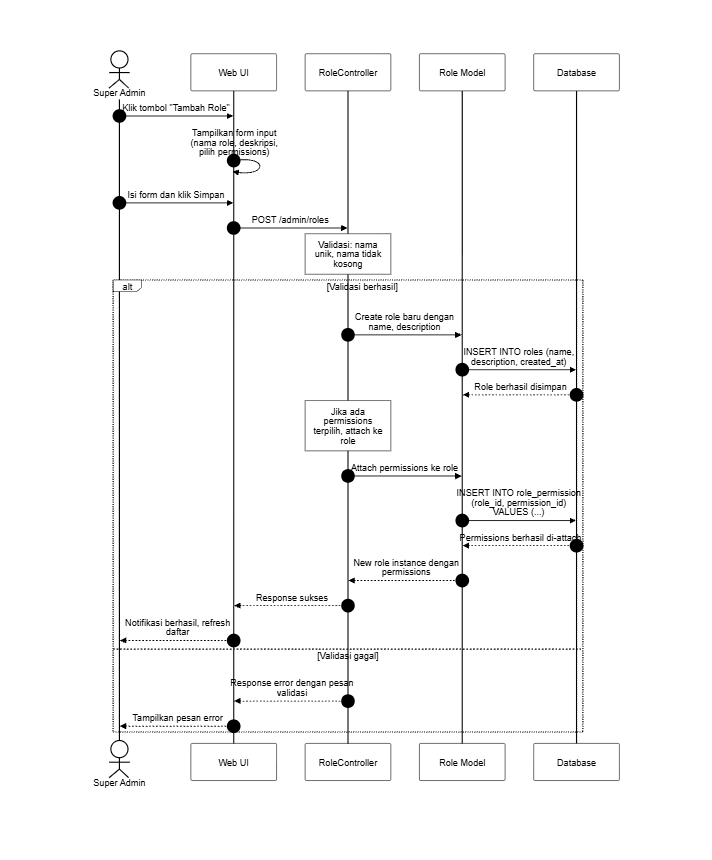
Earlier version of the Mermaid export docs/SequenceDiagram/PNG_Transparent/KelolaRole-Tambah.png (SulaimanHafi23/SimpegRSHDI). Its source is kept beside it as docs/SequenceDiagram/KelolaRole-Tambah.mermaid.
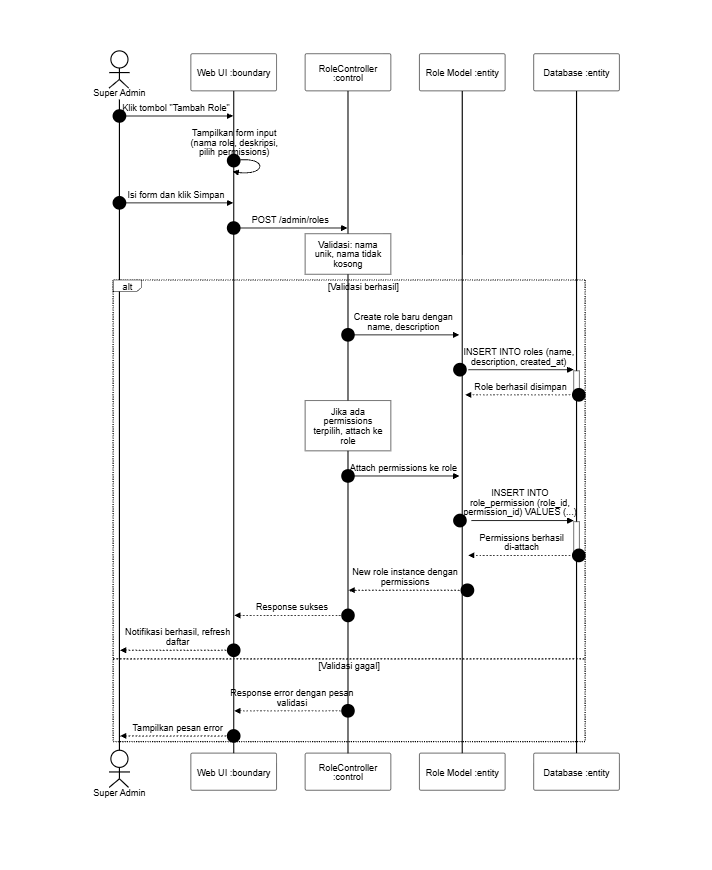
After the commit.

Diff of the diagram source:
```diff
@@ -6,10 +6,10 @@
 sequenceDiagram
     autonumber
     actor SA as Super Admin
-    participant UI as Web UI
-    participant C as RoleController
-    participant R as Role Model
-    participant DB as Database
+    participant UI as Web UI :boundary
+    participant C as RoleController :control
+    participant R as Role Model :entity
+    participant DB as Database :entity
 
     SA->>UI: Klik tombol "Tambah Role"
     UI->>UI: Tampilkan form input (nama role, deskripsi, pilih permissions)
@@ -17,13 +17,13 @@
     UI->>C: POST /admin/roles
     note over C: Validasi: nama unik, nama tidak kosong
     alt Validasi berhasil
-        C->>R: Create role baru dengan name, description
-        R->>DB: INSERT INTO roles (name, description, created_at)
-        DB-->>R: Role berhasil disimpan
+        C->>+R: Create role baru dengan name, description
+        R->>+DB: INSERT INTO roles (name, description, created_at)
+        DB-->>-R: Role berhasil disimpan
         note over C: Jika ada permissions terpilih, attach ke role
-        C->>R: Attach permissions ke role
-        R->>DB: INSERT INTO role_permission (role_id, permission_id) VALUES (...)
-        DB-->>R: Permissions berhasil di-attach
+        C->>+R: Attach permissions ke role
+        R->>+DB: INSERT INTO role_permission (role_id, permission_id) VALUES (...)
+        DB-->>-R: Permissions berhasil di-attach
         R-->>C: New role instance dengan permissions
         C-->>UI: Response sukses
         UI-->>SA: Notifikasi berhasil, refresh daftar
```
